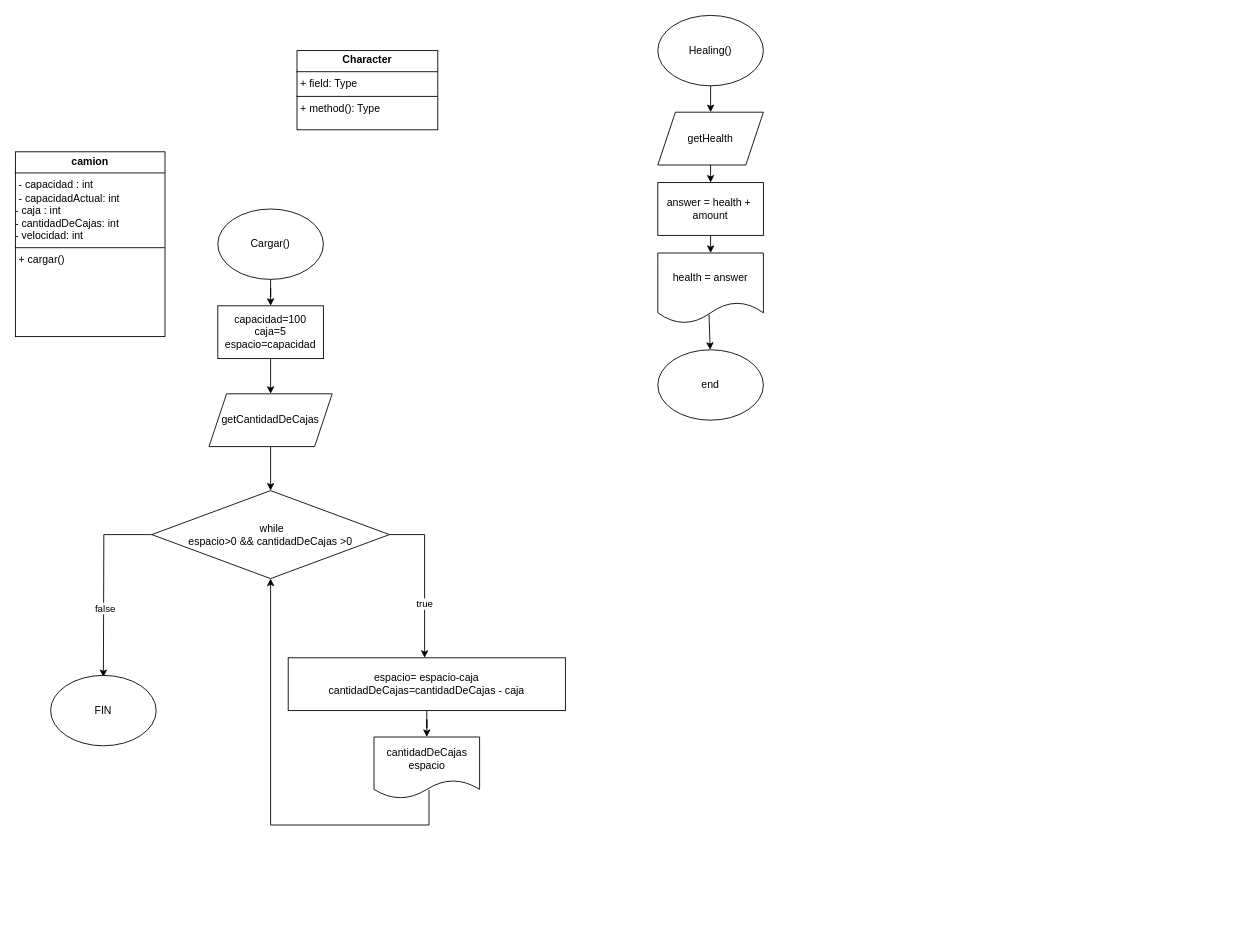
Tec-Desarrollo-de-videojuegos-UM/ProgramacionUE5_2024 keeps this draw.io diagram as diagrama 1/diagrama1TareaAgustinCespedes.drawio. Above is the earlier version. Source tidied: cells renumbered, new cells numbered last; positions are measured from the earlier drawing's top-left corner, leaving out a move shared by most shapes. Both pictures are drawn from the tidied source at 88%, with x=0, y=0 at pixel (15, 15).
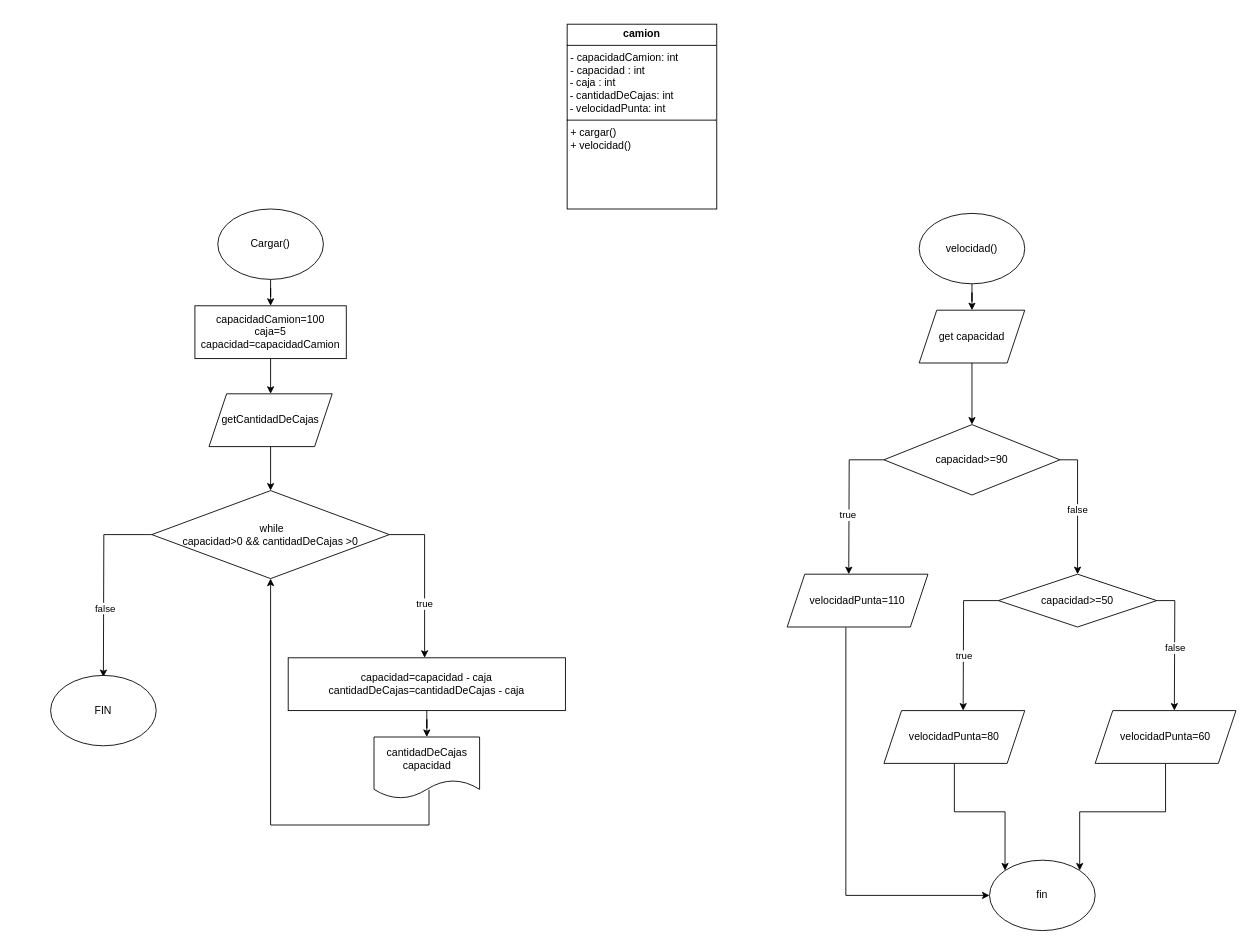
After the change.

Change to the diagram source:
```diff
@@
-    <mxCell id="2" value="&lt;p style=&quot;margin:0px;margin-top:4px;text-align:center;&quot;&gt;&lt;b&gt;camion&lt;/b&gt;&lt;/p&gt;&lt;hr size=&quot;1&quot; style=&quot;border-style:solid;&quot;&gt;&lt;p style=&quot;margin:0px;margin-left:4px;&quot;&gt;- capacidad : int&lt;/p&gt;&lt;p style=&quot;margin:0px;margin-left:4px;&quot;&gt;- capacidadActual: int&lt;/p&gt;&lt;div&gt;- caja : int&lt;br&gt;- cantidadDeCajas: int&lt;/div&gt;&lt;div&gt;- velocidad: int&lt;/div&gt;&lt;hr size=&quot;1&quot; style=&quot;border-style:solid;&quot;&gt;&lt;p style=&quot;margin:0px;margin-left:4px;&quot;&gt;+ cargar()&lt;/p&gt;" style="verticalAlign=top;align=left;overflow=fill;html=1;whiteSpace=wrap;" parent="1" vertex="1">
-      <mxGeometry y="155" width="170" height="210" as="geometry" />
+    <mxCell id="2" value="&lt;p style=&quot;margin:0px;margin-top:4px;text-align:center;&quot;&gt;&lt;b&gt;camion&lt;/b&gt;&lt;/p&gt;&lt;hr size=&quot;1&quot; style=&quot;border-style:solid;&quot;&gt;&lt;p style=&quot;margin:0px;margin-left:4px;&quot;&gt;- capacidadCamion: int&lt;br&gt;- capacidad : int&lt;/p&gt;&lt;div&gt;&amp;nbsp;- caja : int&lt;br&gt;&amp;nbsp;- cantidadDeCajas: int&lt;/div&gt;&lt;div&gt;&amp;nbsp;- velocidadPunta: int&lt;/div&gt;&lt;hr size=&quot;1&quot; style=&quot;border-style:solid;&quot;&gt;&lt;p style=&quot;margin:0px;margin-left:4px;&quot;&gt;+ cargar()&lt;br&gt;+ velocidad()&lt;/p&gt;" style="verticalAlign=top;align=left;overflow=fill;html=1;whiteSpace=wrap;" parent="1" vertex="1">
+      <mxGeometry x="627" y="10" width="170" height="210" as="geometry" />
     </mxCell>
-    <mxCell id="3" value="&lt;p style=&quot;margin:0px;margin-top:4px;text-align:center;&quot;&gt;&lt;b&gt;Character&lt;/b&gt;&lt;/p&gt;&lt;hr size=&quot;1&quot; style=&quot;border-style:solid;&quot;&gt;&lt;p style=&quot;margin:0px;margin-left:4px;&quot;&gt;+ field: Type&lt;/p&gt;&lt;hr size=&quot;1&quot; style=&quot;border-style:solid;&quot;&gt;&lt;p style=&quot;margin:0px;margin-left:4px;&quot;&gt;+ method(): Type&lt;/p&gt;" style="verticalAlign=top;align=left;overflow=fill;html=1;whiteSpace=wrap;" parent="1" vertex="1">
-      <mxGeometry x="320" y="40" width="160" height="90" as="geometry" />
-    </mxCell>
-    <mxCell id="4" value="Healing()" style="ellipse;whiteSpace=wrap;html=1;" parent="1" vertex="1">
-      <mxGeometry x="730" width="120" height="80" as="geometry" />
-    </mxCell>
-    <mxCell id="5" style="endArrow=classic;html=1;rounded=0;exitX=0.5;exitY=1;exitDx=0;exitDy=0;entryX=0.5;entryY=0;entryDx=0;entryDy=0;" parent="1" edge="1" source="4" target="6">
-      <mxGeometry relative="1" as="geometry" />
-    </mxCell>
-    <mxCell id="6" value="getHealth" style="shape=parallelogram;perimeter=parallelogramPerimeter;whiteSpace=wrap;html=1;fixedSize=1;" parent="1" vertex="1">
-      <mxGeometry x="730" y="110" width="120" height="60" as="geometry" />
-    </mxCell>
-    <mxCell id="7" style="endArrow=classic;html=1;rounded=0;entryX=0.5;entryY=0;entryDx=0;entryDy=0;entryPerimeter=0;" parent="1" edge="1" source="6" target="8">
-      <mxGeometry relative="1" as="geometry" />
-    </mxCell>
-    <mxCell id="8" value="answer = health +&amp;nbsp;&lt;br&gt;amount" style="rounded=0;whiteSpace=wrap;html=1;" parent="1" vertex="1">
-      <mxGeometry x="730" y="190" width="120" height="60" as="geometry" />
-    </mxCell>
-    <mxCell id="9" value="health = answer" style="shape=document;whiteSpace=wrap;html=1;boundedLbl=1;" parent="1" vertex="1">
-      <mxGeometry x="730" y="270" width="120" height="80" as="geometry" />
-    </mxCell>
-    <mxCell id="10" style="endArrow=classic;html=1;rounded=0;exitX=0.5;exitY=1;exitDx=0;exitDy=0;" parent="1" edge="1" source="8" target="9">
-      <mxGeometry relative="1" as="geometry" />
-    </mxCell>
-    <mxCell id="11" value="end" style="ellipse;whiteSpace=wrap;html=1;" parent="1" vertex="1">
-      <mxGeometry x="730" y="380" width="120" height="80" as="geometry" />
-    </mxCell>
-    <mxCell id="12" style="endArrow=classic;html=1;rounded=0;exitX=0.485;exitY=0.873;exitDx=0;exitDy=0;exitPerimeter=0;" parent="1" edge="1" source="9" target="11">
-      <mxGeometry relative="1" as="geometry" />
-    </mxCell>
@@
-    <mxCell id="16" value="capacidad=100&lt;div&gt;caja=5&lt;/div&gt;&lt;div&gt;espacio=capacidad&lt;/div&gt;" style="rounded=0;whiteSpace=wrap;html=1;" parent="1" vertex="1">
-      <mxGeometry x="230" y="330" width="120" height="60" as="geometry" />
+    <mxCell id="16" value="capacidadCamion=100&lt;div&gt;caja=5&lt;/div&gt;&lt;div&gt;capacidad=capacidadCamion&lt;/div&gt;" style="rounded=0;whiteSpace=wrap;html=1;" parent="1" vertex="1">
+      <mxGeometry x="204" y="330" width="172" height="60" as="geometry" />
     </mxCell>
@@
-    <mxCell id="23" value="&amp;nbsp;while&lt;br&gt;espacio&amp;gt;0 &amp;amp;&amp;amp; cantidadDeCajas &amp;gt;0" style="rhombus;whiteSpace=wrap;html=1;" parent="1" vertex="1">
+    <mxCell id="23" value="&amp;nbsp;while&lt;br&gt;capacidad&amp;gt;0 &amp;amp;&amp;amp; cantidadDeCajas &amp;gt;0" style="rhombus;whiteSpace=wrap;html=1;" parent="1" vertex="1">
       <mxGeometry x="155" y="540" width="270" height="100" as="geometry" />
     </mxCell>
@@
-    <mxCell id="25" value="espacio= espacio-caja&lt;br&gt;cantidadDeCajas=cantidadDeCajas - caja" style="rounded=0;whiteSpace=wrap;html=1;" parent="1" vertex="1">
+    <mxCell id="25" value="capacidad=capacidad - caja&lt;br&gt;cantidadDeCajas=cantidadDeCajas - caja" style="rounded=0;whiteSpace=wrap;html=1;" parent="1" vertex="1">
       <mxGeometry x="310" y="730" width="315" height="60" as="geometry" />
     </mxCell>
-    <mxCell id="26" value="cantidadDeCajas&lt;div&gt;espacio&lt;/div&gt;" style="shape=document;whiteSpace=wrap;html=1;boundedLbl=1;" parent="1" vertex="1">
+    <mxCell id="26" value="cantidadDeCajas&lt;div&gt;capacidad&lt;/div&gt;" style="shape=document;whiteSpace=wrap;html=1;boundedLbl=1;" parent="1" vertex="1">
       <mxGeometry x="407.5" y="820" width="120" height="70" as="geometry" />
     </mxCell>
@@
+    <mxCell id="29" style="edgeStyle=orthogonalEdgeStyle;rounded=0;jettySize=auto;html=1;" parent="1" edge="1" source="30" target="32">
+      <mxGeometry relative="1" as="geometry" />
+    </mxCell>
+    <mxCell id="30" value="velocidad()" style="ellipse;whiteSpace=wrap;html=1;" parent="1" vertex="1">
+      <mxGeometry x="1027" y="225" width="120" height="80" as="geometry" />
+    </mxCell>
+    <mxCell id="31" style="edgeStyle=orthogonalEdgeStyle;rounded=0;jettySize=auto;html=1;" parent="1" edge="1" source="32" target="37">
+      <mxGeometry relative="1" as="geometry" />
+    </mxCell>
+    <mxCell id="32" value="get capacidad" style="shape=parallelogram;perimeter=parallelogramPerimeter;whiteSpace=wrap;html=1;fixedSize=1;" parent="1" vertex="1">
+      <mxGeometry x="1027" y="335" width="120" height="60" as="geometry" />
+    </mxCell>
+    <mxCell id="33" style="edgeStyle=orthogonalEdgeStyle;rounded=0;jettySize=auto;html=1;" parent="1" edge="1" source="37">
+      <mxGeometry relative="1" as="geometry">
+        <mxPoint x="947" y="635" as="targetPoint" />
+      </mxGeometry>
+    </mxCell>
+    <mxCell id="34" value="true" style="edgeLabel;html=1;align=center;verticalAlign=middle;" parent="33" vertex="1">
+      <mxGeometry x="0.2" y="-2" relative="1" as="geometry" />
+    </mxCell>
+    <mxCell id="35" style="edgeStyle=orthogonalEdgeStyle;rounded=0;jettySize=auto;html=1;exitX=1;exitY=0.5;exitDx=0;exitDy=0;" parent="1" edge="1" source="37" target="42">
+      <mxGeometry relative="1" as="geometry" />
+    </mxCell>
+    <mxCell id="36" value="false" style="edgeLabel;html=1;align=center;verticalAlign=middle;" parent="35" vertex="1">
+      <mxGeometry x="0.01" y="-1" relative="1" as="geometry" />
+    </mxCell>
+    <mxCell id="37" value="capacidad&amp;gt;=90" style="rhombus;whiteSpace=wrap;html=1;" parent="1" vertex="1">
+      <mxGeometry x="987" y="465" width="200" height="80" as="geometry" />
+    </mxCell>
+    <mxCell id="38" style="edgeStyle=orthogonalEdgeStyle;rounded=0;jettySize=auto;html=1;" parent="1" edge="1" source="42">
+      <mxGeometry relative="1" as="geometry">
+        <mxPoint x="1077" y="790" as="targetPoint" />
+      </mxGeometry>
+    </mxCell>
+    <mxCell id="39" value="true" style="edgeLabel;html=1;align=center;verticalAlign=middle;" parent="38" vertex="1">
+      <mxGeometry x="0.24" relative="1" as="geometry" />
+    </mxCell>
+    <mxCell id="40" style="edgeStyle=orthogonalEdgeStyle;rounded=0;jettySize=auto;html=1;" parent="1" edge="1" source="42">
+      <mxGeometry relative="1" as="geometry">
+        <mxPoint x="1317" y="790" as="targetPoint" />
+      </mxGeometry>
+    </mxCell>
+    <mxCell id="41" value="false" style="edgeLabel;html=1;align=center;verticalAlign=middle;" parent="40" vertex="1">
+      <mxGeometry x="0.02" relative="1" as="geometry" />
+    </mxCell>
+    <mxCell id="42" value="capacidad&amp;gt;=50" style="rhombus;whiteSpace=wrap;html=1;" parent="1" vertex="1">
+      <mxGeometry x="1117" y="635" width="180" height="60" as="geometry" />
+    </mxCell>
+    <mxCell id="43" style="edgeStyle=orthogonalEdgeStyle;rounded=0;jettySize=auto;html=1;entryX=0;entryY=0.5;entryDx=0;entryDy=0;exitX=0.417;exitY=1.006;exitDx=0;exitDy=0;exitPerimeter=0;" parent="1" edge="1" source="44" target="49">
+      <mxGeometry relative="1" as="geometry" />
+    </mxCell>
+    <mxCell id="44" value="velocidadPunta=110" style="shape=parallelogram;perimeter=parallelogramPerimeter;whiteSpace=wrap;html=1;fixedSize=1;" parent="1" vertex="1">
+      <mxGeometry x="877" y="635" width="160" height="60" as="geometry" />
+    </mxCell>
+    <mxCell id="45" style="edgeStyle=orthogonalEdgeStyle;rounded=0;jettySize=auto;html=1;entryX=0;entryY=0;entryDx=0;entryDy=0;" parent="1" edge="1" source="46" target="49">
+      <mxGeometry relative="1" as="geometry" />
+    </mxCell>
+    <mxCell id="46" value="velocidadPunta=80" style="shape=parallelogram;perimeter=parallelogramPerimeter;whiteSpace=wrap;html=1;fixedSize=1;" parent="1" vertex="1">
+      <mxGeometry x="987" y="790" width="160" height="60" as="geometry" />
+    </mxCell>
+    <mxCell id="47" style="edgeStyle=orthogonalEdgeStyle;rounded=0;jettySize=auto;html=1;entryX=1;entryY=0;entryDx=0;entryDy=0;" parent="1" edge="1" source="48" target="49">
+      <mxGeometry relative="1" as="geometry" />
+    </mxCell>
+    <mxCell id="48" value="velocidadPunta=60" style="shape=parallelogram;perimeter=parallelogramPerimeter;whiteSpace=wrap;html=1;fixedSize=1;" parent="1" vertex="1">
+      <mxGeometry x="1227" y="790" width="160" height="60" as="geometry" />
+    </mxCell>
+    <mxCell id="49" value="fin" style="ellipse;whiteSpace=wrap;html=1;" parent="1" vertex="1">
+      <mxGeometry x="1107" y="960" width="120" height="80" as="geometry" />
+    </mxCell>
```
